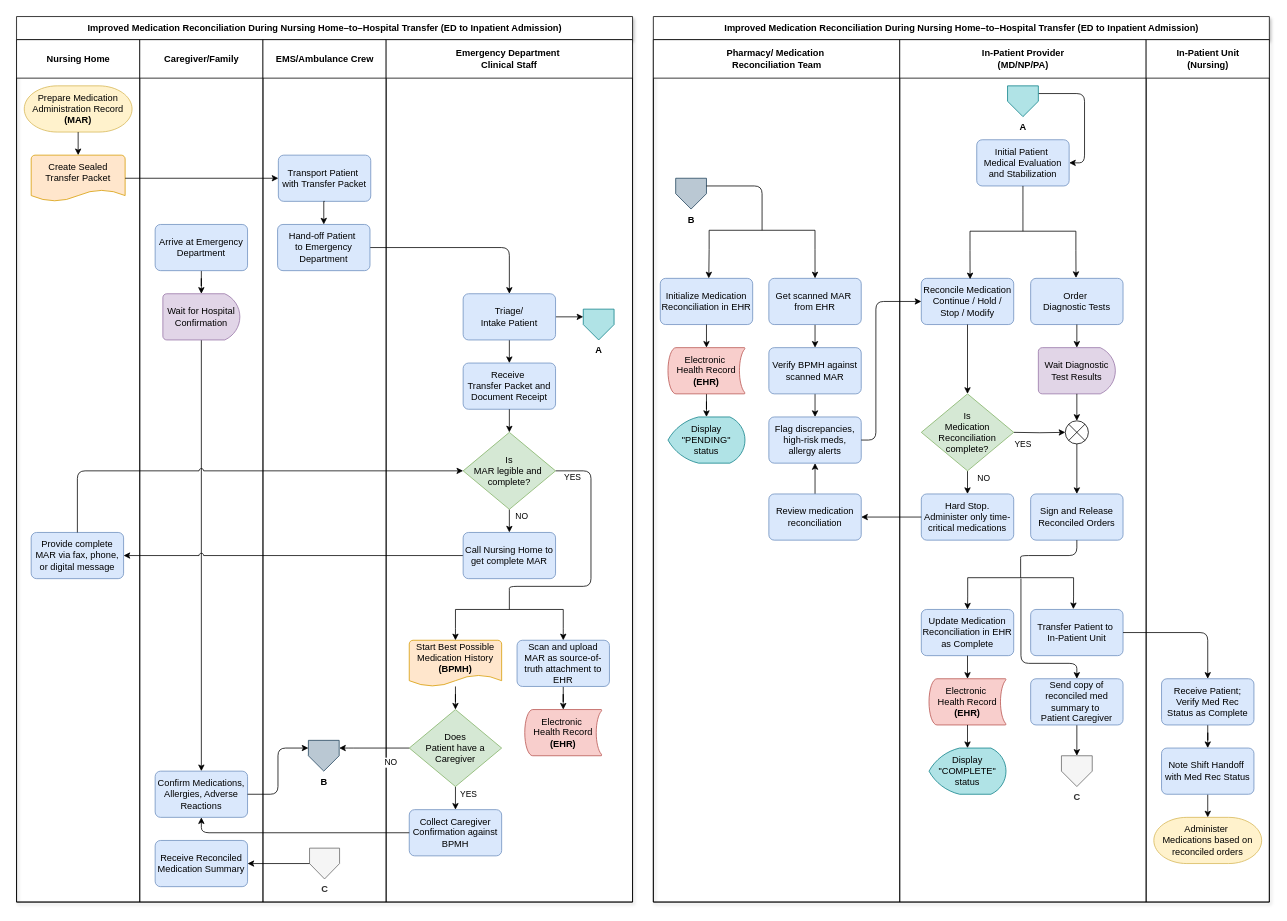
Above: page "Page-1" (1 of 2) of Improved Process Chart.drawio in melmirasol/Case-Problem-6.2 (draw.io), before the change. Source tidied: cells renumbered, new cells numbered last; positions are measured from the earlier drawing's top-left corner, leaving out a move shared by most shapes. Both pictures are drawn from the tidied source at 77%, with x=0, y=0 at pixel (16, 16).
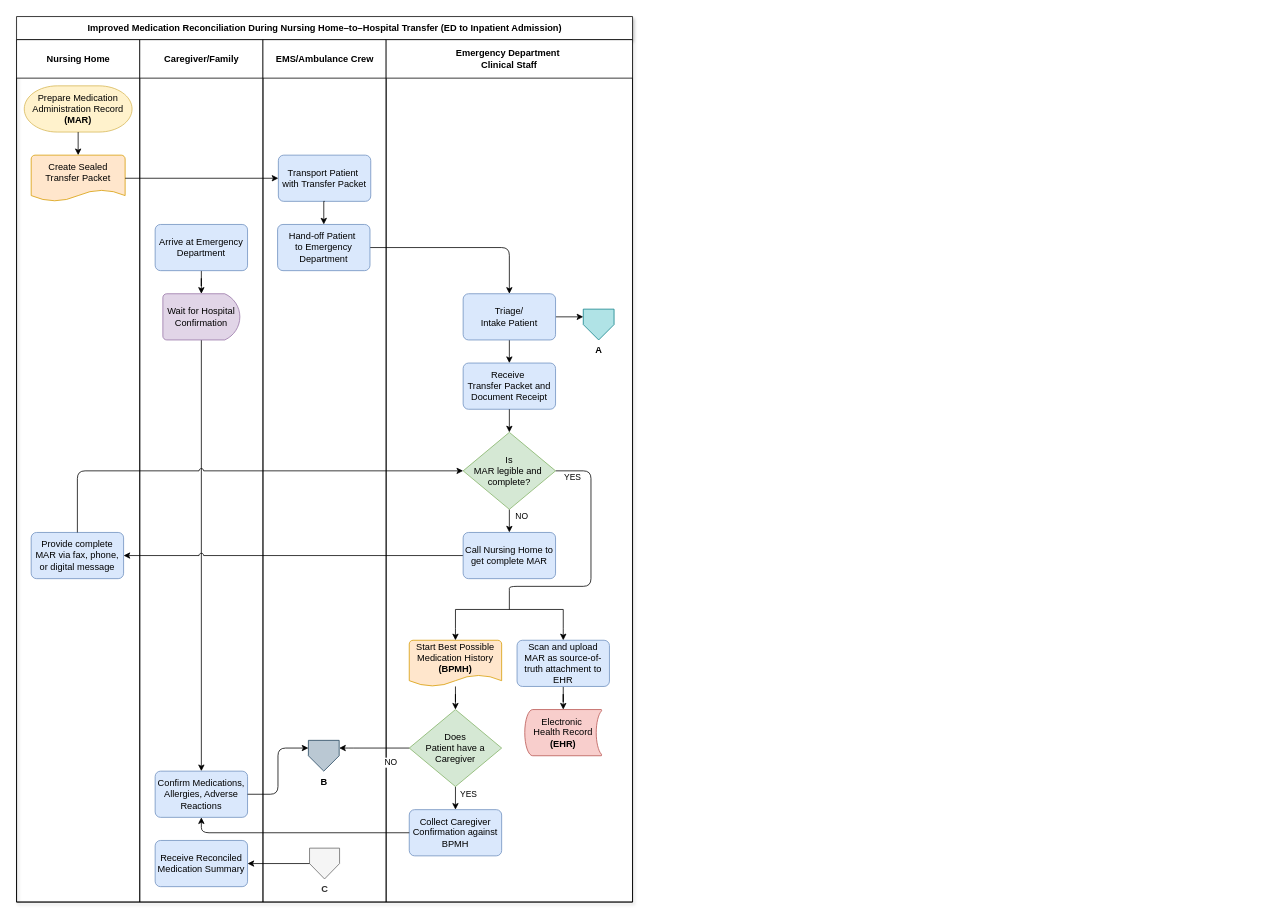
After the change.

Diff of the diagram source:
```diff
@@
-    <mxCell id="56" value="Improved Medication Reconciliation During Nursing Home–to–Hospital Transfer (ED to Inpatient Admission)" style="swimlane;startSize=30;html=1;shadow=1;" parent="1" vertex="1">
-      <mxGeometry x="827" width="800" height="1150" as="geometry" />
-    </mxCell>
-    <mxCell id="57" value="Pharmacy/&amp;nbsp;&lt;span style=&quot;background-color: transparent; color: light-dark(rgb(0, 0, 0), rgb(255, 255, 255));&quot;&gt;Medication&amp;nbsp;&lt;/span&gt;&lt;div&gt;&lt;span style=&quot;background-color: transparent; color: light-dark(rgb(0, 0, 0), rgb(255, 255, 255));&quot;&gt;Reconciliation Team&lt;/span&gt;&lt;/div&gt;" style="swimlane;startSize=50;html=1;" parent="56" vertex="1">
-      <mxGeometry y="30" width="320" height="1120" as="geometry" />
-    </mxCell>
-    <mxCell id="58" style="edgeStyle=orthogonalEdgeStyle;rounded=0;orthogonalLoop=1;jettySize=auto;html=1;exitX=0.5;exitY=1;exitDx=0;exitDy=0;exitPerimeter=0;" parent="57" edge="1">
-      <mxGeometry relative="1" as="geometry">
-        <mxPoint x="79" y="520" as="sourcePoint" />
-      </mxGeometry>
-    </mxCell>
-    <mxCell id="59" style="edgeStyle=orthogonalEdgeStyle;rounded=0;orthogonalLoop=1;jettySize=auto;html=1;exitX=0.5;exitY=1;exitDx=0;exitDy=0;exitPerimeter=0;entryX=0.5;entryY=0;entryDx=0;entryDy=0;entryPerimeter=0;" parent="57" edge="1">
-      <mxGeometry relative="1" as="geometry">
-        <mxPoint x="80" y="120" as="sourcePoint" />
-      </mxGeometry>
-    </mxCell>
-    <mxCell id="60" value="B" style="verticalLabelPosition=bottom;verticalAlign=top;html=1;shape=offPageConnector;rounded=0;size=0.5;fillColor=#bac8d3;strokeColor=#23445d;fontStyle=1;" parent="57" vertex="1">
-      <mxGeometry x="29" y="180" width="40" height="40" as="geometry" />
-    </mxCell>
-    <mxCell id="61" style="edgeStyle=orthogonalEdgeStyle;rounded=0;jettySize=auto;html=1;exitX=0.5;exitY=1;exitDx=0;exitDy=0;entryX=0.5;entryY=0;entryDx=0;entryDy=0;" parent="57" edge="1" source="62" target="76">
-      <mxGeometry relative="1" as="geometry" />
-    </mxCell>
-    <mxCell id="62" value="Get scanned MAR&amp;nbsp;&lt;div&gt;f&lt;span style=&quot;background-color: transparent; color: light-dark(rgb(0, 0, 0), rgb(255, 255, 255));&quot;&gt;rom EHR&lt;/span&gt;&lt;/div&gt;" style="rounded=1;whiteSpace=wrap;html=1;absoluteArcSize=1;arcSize=14;strokeWidth=1;fillColor=#dae8fc;strokeColor=#6c8ebf;" parent="57" vertex="1">
-      <mxGeometry x="150" y="310" width="120" height="60" as="geometry" />
-    </mxCell>
-    <mxCell id="63" style="edgeStyle=orthogonalEdgeStyle;rounded=0;jettySize=auto;html=1;exitX=0.5;exitY=1;exitDx=0;exitDy=0;exitPerimeter=0;" parent="57" edge="1" source="64" target="69">
-      <mxGeometry relative="1" as="geometry" />
-    </mxCell>
-    <mxCell id="64" value="Electronic&amp;nbsp;&lt;div&gt;Health Record&lt;/div&gt;&lt;div&gt;&lt;b&gt;(EHR)&lt;/b&gt;&lt;/div&gt;" style="strokeWidth=1;html=1;shape=mxgraph.flowchart.stored_data;whiteSpace=wrap;fillColor=#f8cecc;strokeColor=#b85450;" parent="57" vertex="1">
-      <mxGeometry x="19" y="400" width="100" height="60" as="geometry" />
-    </mxCell>
-    <mxCell id="65" value="Flag discrepancies, high-risk meds, allergy alerts" style="rounded=1;whiteSpace=wrap;html=1;absoluteArcSize=1;arcSize=14;strokeWidth=1;fillColor=#dae8fc;strokeColor=#6c8ebf;" parent="57" vertex="1">
-      <mxGeometry x="150" y="490" width="120" height="60" as="geometry" />
-    </mxCell>
-    <mxCell id="66" style="edgeStyle=orthogonalEdgeStyle;rounded=0;jettySize=auto;html=1;exitX=0.5;exitY=0;exitDx=0;exitDy=0;" parent="57" edge="1" source="67" target="65">
-      <mxGeometry relative="1" as="geometry" />
-    </mxCell>
-    <mxCell id="67" value="Review medication reconciliation" style="rounded=1;whiteSpace=wrap;html=1;absoluteArcSize=1;arcSize=14;strokeWidth=1;fillColor=#dae8fc;strokeColor=#6c8ebf;" parent="57" vertex="1">
-      <mxGeometry x="150" y="590" width="120" height="60" as="geometry" />
-    </mxCell>
-    <mxCell id="68" value="Initialize&amp;nbsp;&lt;span style=&quot;background-color: transparent; color: light-dark(rgb(0, 0, 0), rgb(255, 255, 255));&quot;&gt;Medication Reconciliation in EHR&lt;/span&gt;" style="rounded=1;whiteSpace=wrap;html=1;absoluteArcSize=1;arcSize=14;strokeWidth=1;fillColor=#dae8fc;strokeColor=#6c8ebf;" parent="57" vertex="1">
-      <mxGeometry x="9" y="310" width="120" height="60" as="geometry" />
-    </mxCell>
-    <mxCell id="69" value="Display &quot;PENDING&quot; status" style="strokeWidth=1;html=1;shape=mxgraph.flowchart.display;whiteSpace=wrap;fillColor=#b0e3e6;strokeColor=#0e8088;" parent="57" vertex="1">
-      <mxGeometry x="19" y="490" width="100" height="60" as="geometry" />
-    </mxCell>
-    <mxCell id="70" style="edgeStyle=orthogonalEdgeStyle;rounded=0;jettySize=auto;html=1;exitX=0.5;exitY=1;exitDx=0;exitDy=0;entryX=0.5;entryY=0;entryDx=0;entryDy=0;entryPerimeter=0;" parent="57" edge="1" source="68" target="64">
-      <mxGeometry relative="1" as="geometry" />
-    </mxCell>
-    <mxCell id="71" style="edgeStyle=orthogonalEdgeStyle;rounded=1;jettySize=auto;html=1;exitX=1;exitY=0.25;exitDx=0;exitDy=0;entryX=0;entryY=0.5;entryDx=0;entryDy=0;entryPerimeter=0;curved=0;endArrow=none;endFill=0;" parent="57" edge="1" source="60" target="73">
-      <mxGeometry relative="1" as="geometry" />
-    </mxCell>
-    <mxCell id="72" style="edgeStyle=orthogonalEdgeStyle;rounded=0;jettySize=auto;html=1;exitX=1;exitY=0;exitDx=0;exitDy=0;exitPerimeter=0;entryX=0.5;entryY=0;entryDx=0;entryDy=0;" parent="57" edge="1" source="73" target="62">
-      <mxGeometry relative="1" as="geometry" />
-    </mxCell>
-    <mxCell id="73" style="strokeWidth=1;html=1;shape=mxgraph.flowchart.annotation_2;align=left;labelPosition=right;rotation=90;" parent="57" vertex="1">
-      <mxGeometry x="116.2" y="178.8" width="50" height="137.5" as="geometry" />
-    </mxCell>
-    <mxCell id="74" style="edgeStyle=orthogonalEdgeStyle;rounded=0;jettySize=auto;html=1;exitX=1;exitY=1;exitDx=0;exitDy=0;exitPerimeter=0;" parent="57" edge="1" source="73">
-      <mxGeometry relative="1" as="geometry">
-        <mxPoint x="72" y="310" as="targetPoint" />
-      </mxGeometry>
-    </mxCell>
-    <mxCell id="75" style="edgeStyle=orthogonalEdgeStyle;rounded=0;jettySize=auto;html=1;exitX=0.5;exitY=1;exitDx=0;exitDy=0;entryX=0.5;entryY=0;entryDx=0;entryDy=0;" parent="57" edge="1" source="76" target="65">
-      <mxGeometry relative="1" as="geometry" />
-    </mxCell>
-    <mxCell id="76" value="&lt;div&gt;Verify BPMH&amp;nbsp;&lt;span style=&quot;color: light-dark(rgb(0, 0, 0), rgb(255, 255, 255)); background-color: transparent;&quot;&gt;against scanned&amp;nbsp;&lt;/span&gt;&lt;span style=&quot;color: light-dark(rgb(0, 0, 0), rgb(255, 255, 255)); background-color: transparent;&quot;&gt;MAR&lt;/span&gt;&lt;/div&gt;" style="rounded=1;whiteSpace=wrap;html=1;absoluteArcSize=1;arcSize=14;strokeWidth=1;fillColor=#dae8fc;strokeColor=#6c8ebf;" parent="57" vertex="1">
-      <mxGeometry x="150" y="400" width="120" height="60" as="geometry" />
-    </mxCell>
-    <mxCell id="77" value="In-Patient Provider&lt;div&gt;(MD/NP/PA)&lt;/div&gt;" style="swimlane;startSize=50;html=1;" parent="56" vertex="1">
-      <mxGeometry x="320" y="30" width="320" height="1120" as="geometry" />
-    </mxCell>
-    <mxCell id="78" style="edgeStyle=orthogonalEdgeStyle;rounded=1;jettySize=auto;html=1;exitX=1;exitY=0.25;exitDx=0;exitDy=0;entryX=1;entryY=0.5;entryDx=0;entryDy=0;curved=0;" parent="77" edge="1" source="79" target="80">
-      <mxGeometry relative="1" as="geometry" />
-    </mxCell>
-    <mxCell id="79" value="A" style="verticalLabelPosition=bottom;verticalAlign=top;html=1;shape=offPageConnector;rounded=0;size=0.5;fillColor=#b0e3e6;strokeColor=#0e8088;fontStyle=1;horizontal=1;" parent="77" vertex="1">
-      <mxGeometry x="140" y="60" width="40" height="40" as="geometry" />
-    </mxCell>
-    <mxCell id="80" value="Initial Patient&amp;nbsp;&lt;div&gt;Medical Evaluation and Stabilization&lt;/div&gt;" style="rounded=1;whiteSpace=wrap;html=1;absoluteArcSize=1;arcSize=14;strokeWidth=1;fillColor=#dae8fc;strokeColor=#6c8ebf;" parent="77" vertex="1">
-      <mxGeometry x="100" y="130" width="120" height="60" as="geometry" />
-    </mxCell>
-    <mxCell id="81" value="Reconcile&amp;nbsp;&lt;span style=&quot;background-color: transparent; color: light-dark(rgb(0, 0, 0), rgb(255, 255, 255));&quot;&gt;Medication&lt;/span&gt;&lt;div&gt;&lt;span style=&quot;background-color: transparent; color: light-dark(rgb(0, 0, 0), rgb(255, 255, 255));&quot;&gt;Continue / Hold /&lt;/span&gt;&lt;/div&gt;&lt;div&gt;&lt;span style=&quot;background-color: transparent; color: light-dark(rgb(0, 0, 0), rgb(255, 255, 255));&quot;&gt;Stop / Modify&lt;/span&gt;&lt;/div&gt;" style="rounded=1;whiteSpace=wrap;html=1;absoluteArcSize=1;arcSize=14;strokeWidth=1;fillColor=#dae8fc;strokeColor=#6c8ebf;" parent="77" vertex="1">
-      <mxGeometry x="28" y="310" width="120" height="60" as="geometry" />
-    </mxCell>
-    <mxCell id="82" value="Wait Diagnostic Test Results" style="strokeWidth=1;html=1;shape=mxgraph.flowchart.delay;whiteSpace=wrap;fillColor=#e1d5e7;strokeColor=#9673a6;" parent="77" vertex="1">
-      <mxGeometry x="180" y="400" width="100" height="60" as="geometry" />
-    </mxCell>
-    <mxCell id="83" value="NO" style="edgeStyle=orthogonalEdgeStyle;rounded=0;jettySize=auto;html=1;exitX=0.5;exitY=1;exitDx=0;exitDy=0;exitPerimeter=0;entryX=0.5;entryY=0;entryDx=0;entryDy=0;" parent="77" edge="1" source="86" target="88">
-      <mxGeometry x="-0.33" y="21" relative="1" as="geometry" />
-    </mxCell>
-    <mxCell id="84" style="edgeStyle=orthogonalEdgeStyle;rounded=0;jettySize=auto;html=1;exitX=1;exitY=0.5;exitDx=0;exitDy=0;exitPerimeter=0;entryX=0;entryY=0.5;entryDx=0;entryDy=0;entryPerimeter=0;" parent="77" edge="1" target="93">
-      <mxGeometry relative="1" as="geometry">
-        <mxPoint x="148" y="510" as="sourcePoint" />
-      </mxGeometry>
-    </mxCell>
-    <mxCell id="85" value="YES" style="edgeLabel;html=1;align=center;verticalAlign=middle;" parent="84" vertex="1">
-      <mxGeometry x="-0.07" relative="1" as="geometry">
-        <mxPoint x="-19" y="15" as="offset" />
-      </mxGeometry>
-    </mxCell>
-    <mxCell id="86" value="Is&lt;div&gt;Medication Reconciliation&lt;/div&gt;&lt;div&gt;&lt;span style=&quot;background-color: transparent; color: light-dark(rgb(0, 0, 0), rgb(255, 255, 255));&quot;&gt;complete?&lt;/span&gt;&lt;/div&gt;" style="strokeWidth=1;html=1;shape=mxgraph.flowchart.decision;whiteSpace=wrap;fillColor=#d5e8d4;strokeColor=#82b366;" parent="77" vertex="1">
-      <mxGeometry x="28" y="460" width="120" height="100" as="geometry" />
-    </mxCell>
-    <mxCell id="87" style="edgeStyle=orthogonalEdgeStyle;rounded=0;jettySize=auto;html=1;exitX=0.5;exitY=1;exitDx=0;exitDy=0;entryX=0.5;entryY=0;entryDx=0;entryDy=0;entryPerimeter=0;" parent="77" edge="1" source="81" target="86">
-      <mxGeometry relative="1" as="geometry" />
-    </mxCell>
-    <mxCell id="88" value="&lt;div&gt;&lt;span style=&quot;background-color: transparent; color: light-dark(rgb(0, 0, 0), rgb(255, 255, 255));&quot;&gt;Hard Stop.&lt;/span&gt;&lt;/div&gt;&lt;span style=&quot;background-color: transparent; color: light-dark(rgb(0, 0, 0), rgb(255, 255, 255));&quot;&gt;Administer only time-critical medications&lt;/span&gt;" style="rounded=1;whiteSpace=wrap;html=1;absoluteArcSize=1;arcSize=14;strokeWidth=1;fillColor=#dae8fc;strokeColor=#6c8ebf;" parent="77" vertex="1">
-      <mxGeometry x="28" y="590" width="120" height="60" as="geometry" />
-    </mxCell>
-    <mxCell id="89" value="&lt;span style=&quot;background-color: transparent; color: light-dark(rgb(0, 0, 0), rgb(255, 255, 255));&quot;&gt;Sign and Release&lt;/span&gt;&lt;div&gt;&lt;span style=&quot;background-color: transparent; color: light-dark(rgb(0, 0, 0), rgb(255, 255, 255));&quot;&gt;Reconciled Orders&lt;/span&gt;&lt;/div&gt;" style="rounded=1;whiteSpace=wrap;html=1;absoluteArcSize=1;arcSize=14;strokeWidth=1;fillColor=#dae8fc;strokeColor=#6c8ebf;" parent="77" vertex="1">
-      <mxGeometry x="170" y="590" width="120" height="60" as="geometry" />
-    </mxCell>
-    <mxCell id="90" value="Order&amp;nbsp;&lt;div&gt;Diagnostic Tests&lt;/div&gt;" style="rounded=1;whiteSpace=wrap;html=1;absoluteArcSize=1;arcSize=14;strokeWidth=1;fillColor=#dae8fc;strokeColor=#6c8ebf;" parent="77" vertex="1">
-      <mxGeometry x="170" y="310" width="120" height="60" as="geometry" />
-    </mxCell>
-    <mxCell id="91" style="edgeStyle=orthogonalEdgeStyle;rounded=0;jettySize=auto;html=1;exitX=0.5;exitY=1;exitDx=0;exitDy=0;entryX=0.5;entryY=0;entryDx=0;entryDy=0;entryPerimeter=0;" parent="77" edge="1" source="90" target="82">
-      <mxGeometry relative="1" as="geometry" />
-    </mxCell>
-    <mxCell id="92" style="edgeStyle=orthogonalEdgeStyle;rounded=0;jettySize=auto;html=1;exitX=0.5;exitY=1;exitDx=0;exitDy=0;exitPerimeter=0;" parent="77" edge="1" source="93" target="89">
-      <mxGeometry relative="1" as="geometry" />
-    </mxCell>
-    <mxCell id="93" style="verticalLabelPosition=bottom;verticalAlign=top;html=1;shape=mxgraph.flowchart.or;" parent="77" vertex="1">
-      <mxGeometry x="215" y="495" width="30" height="30" as="geometry" />
-    </mxCell>
-    <mxCell id="94" style="edgeStyle=orthogonalEdgeStyle;rounded=0;jettySize=auto;html=1;exitX=0.5;exitY=1;exitDx=0;exitDy=0;exitPerimeter=0;entryX=0.5;entryY=0;entryDx=0;entryDy=0;entryPerimeter=0;" parent="77" edge="1" source="82" target="93">
-      <mxGeometry relative="1" as="geometry" />
-    </mxCell>
-    <mxCell id="95" value="Electronic&amp;nbsp;&lt;div&gt;Health Record&lt;/div&gt;&lt;div&gt;&lt;b&gt;(EHR)&lt;/b&gt;&lt;/div&gt;" style="strokeWidth=1;html=1;shape=mxgraph.flowchart.stored_data;whiteSpace=wrap;fillColor=#f8cecc;strokeColor=#b85450;" parent="77" vertex="1">
-      <mxGeometry x="38" y="830" width="100" height="60" as="geometry" />
-    </mxCell>
-    <mxCell id="96" value="Update Medication Reconciliation in EHR as Complete" style="rounded=1;whiteSpace=wrap;html=1;absoluteArcSize=1;arcSize=14;strokeWidth=1;fillColor=#dae8fc;strokeColor=#6c8ebf;" parent="77" vertex="1">
-      <mxGeometry x="28" y="740" width="120" height="60" as="geometry" />
-    </mxCell>
-    <mxCell id="97" style="edgeStyle=orthogonalEdgeStyle;rounded=0;jettySize=auto;html=1;exitX=0.5;exitY=1;exitDx=0;exitDy=0;entryX=0.5;entryY=0;entryDx=0;entryDy=0;entryPerimeter=0;" parent="77" edge="1" source="96" target="95">
-      <mxGeometry relative="1" as="geometry" />
-    </mxCell>
-    <mxCell id="98" value="Display &quot;COMPLETE&quot; status" style="strokeWidth=1;html=1;shape=mxgraph.flowchart.display;whiteSpace=wrap;fillColor=#b0e3e6;strokeColor=#0e8088;" parent="77" vertex="1">
-      <mxGeometry x="38" y="920" width="100" height="60" as="geometry" />
-    </mxCell>
-    <mxCell id="99" style="edgeStyle=orthogonalEdgeStyle;rounded=0;jettySize=auto;html=1;exitX=0.5;exitY=1;exitDx=0;exitDy=0;exitPerimeter=0;entryX=0.5;entryY=0;entryDx=0;entryDy=0;entryPerimeter=0;" parent="77" edge="1" source="95" target="98">
-      <mxGeometry relative="1" as="geometry" />
-    </mxCell>
-    <mxCell id="100" value="&lt;div&gt;&lt;span style=&quot;background-color: transparent; color: light-dark(rgb(0, 0, 0), rgb(255, 255, 255));&quot;&gt;Transfer Patient to&amp;nbsp;&lt;/span&gt;&lt;/div&gt;&lt;div&gt;&lt;span style=&quot;background-color: transparent; color: light-dark(rgb(0, 0, 0), rgb(255, 255, 255));&quot;&gt;In-Patient Unit&lt;/span&gt;&lt;/div&gt;" style="rounded=1;whiteSpace=wrap;html=1;absoluteArcSize=1;arcSize=14;strokeWidth=1;fillColor=#dae8fc;strokeColor=#6c8ebf;" parent="77" vertex="1">
-      <mxGeometry x="170" y="740" width="120" height="60" as="geometry" />
-    </mxCell>
-    <mxCell id="101" style="strokeWidth=1;html=1;shape=mxgraph.flowchart.annotation_2;align=left;labelPosition=right;rotation=90;" parent="77" vertex="1">
-      <mxGeometry x="135" y="180" width="50" height="137.5" as="geometry" />
-    </mxCell>
-    <mxCell id="102" style="edgeStyle=orthogonalEdgeStyle;rounded=0;jettySize=auto;html=1;exitX=0.5;exitY=1;exitDx=0;exitDy=0;entryX=0;entryY=0.5;entryDx=0;entryDy=0;entryPerimeter=0;endArrow=none;endFill=0;" parent="77" edge="1" source="80" target="101">
-      <mxGeometry relative="1" as="geometry" />
-    </mxCell>
-    <mxCell id="103" style="edgeStyle=orthogonalEdgeStyle;rounded=0;jettySize=auto;html=1;exitX=1;exitY=1;exitDx=0;exitDy=0;exitPerimeter=0;entryX=0.528;entryY=0.019;entryDx=0;entryDy=0;entryPerimeter=0;" parent="77" edge="1" source="101" target="81">
-      <mxGeometry relative="1" as="geometry" />
-    </mxCell>
-    <mxCell id="104" style="edgeStyle=orthogonalEdgeStyle;rounded=0;jettySize=auto;html=1;exitX=1;exitY=0;exitDx=0;exitDy=0;exitPerimeter=0;entryX=0.491;entryY=-0.009;entryDx=0;entryDy=0;entryPerimeter=0;" parent="77" edge="1" source="101" target="90">
-      <mxGeometry relative="1" as="geometry" />
-    </mxCell>
-    <mxCell id="105" style="edgeStyle=orthogonalEdgeStyle;rounded=1;jettySize=auto;html=1;exitX=0.522;exitY=0.497;exitDx=0;exitDy=0;exitPerimeter=0;entryX=0.5;entryY=0;entryDx=0;entryDy=0;curved=0;" parent="77" edge="1" source="106" target="111">
-      <mxGeometry relative="1" as="geometry">
-        <Array as="points">
-          <mxPoint x="157" y="810" />
-          <mxPoint x="230" y="810" />
-        </Array>
-      </mxGeometry>
-    </mxCell>
-    <mxCell id="106" style="strokeWidth=1;html=1;shape=mxgraph.flowchart.annotation_2;align=left;labelPosition=right;rotation=90;" parent="77" vertex="1">
-      <mxGeometry x="132" y="630" width="50" height="137.5" as="geometry" />
-    </mxCell>
-    <mxCell id="107" style="edgeStyle=orthogonalEdgeStyle;rounded=1;jettySize=auto;html=1;exitX=0.5;exitY=1;exitDx=0;exitDy=0;entryX=0;entryY=0.5;entryDx=0;entryDy=0;entryPerimeter=0;endArrow=none;endFill=0;curved=0;" parent="77" edge="1" source="89" target="106">
-      <mxGeometry relative="1" as="geometry" />
-    </mxCell>
-    <mxCell id="108" style="edgeStyle=orthogonalEdgeStyle;rounded=0;jettySize=auto;html=1;exitX=1;exitY=1;exitDx=0;exitDy=0;exitPerimeter=0;entryX=0.5;entryY=0;entryDx=0;entryDy=0;" parent="77" edge="1" source="106" target="96">
-      <mxGeometry relative="1" as="geometry" />
-    </mxCell>
-    <mxCell id="109" style="edgeStyle=orthogonalEdgeStyle;rounded=0;jettySize=auto;html=1;exitX=1;exitY=0;exitDx=0;exitDy=0;exitPerimeter=0;entryX=0.462;entryY=-0.007;entryDx=0;entryDy=0;entryPerimeter=0;" parent="77" edge="1" source="106" target="100">
-      <mxGeometry relative="1" as="geometry" />
-    </mxCell>
-    <mxCell id="110" style="edgeStyle=orthogonalEdgeStyle;rounded=0;jettySize=auto;html=1;exitX=0.5;exitY=1;exitDx=0;exitDy=0;entryX=0.5;entryY=0;entryDx=0;entryDy=0;" parent="77" edge="1" source="111" target="112">
-      <mxGeometry relative="1" as="geometry" />
-    </mxCell>
-    <mxCell id="111" value="&lt;div&gt;Send copy&amp;nbsp;&lt;span style=&quot;background-color: transparent; color: light-dark(rgb(0, 0, 0), rgb(255, 255, 255));&quot;&gt;of reconciled med summary to&amp;nbsp;&lt;/span&gt;&lt;/div&gt;&lt;div&gt;Patient Caregiver&lt;/div&gt;" style="rounded=1;whiteSpace=wrap;html=1;absoluteArcSize=1;arcSize=14;strokeWidth=1;fillColor=#dae8fc;strokeColor=#6c8ebf;" parent="77" vertex="1">
-      <mxGeometry x="170" y="830" width="120" height="60" as="geometry" />
-    </mxCell>
-    <mxCell id="112" value="C" style="verticalLabelPosition=bottom;verticalAlign=top;html=1;shape=offPageConnector;rounded=0;size=0.5;fillColor=#f5f5f5;strokeColor=#666666;fontStyle=1;horizontal=1;fontColor=#333333;" parent="77" vertex="1">
-      <mxGeometry x="210" y="930" width="40" height="40" as="geometry" />
-    </mxCell>
-    <mxCell id="113" value="In-Patient Unit&lt;div&gt;(Nursing)&lt;/div&gt;" style="swimlane;startSize=50;html=1;" parent="56" vertex="1">
-      <mxGeometry x="640" y="30" width="160" height="1120" as="geometry" />
-    </mxCell>
-    <mxCell id="114" style="edgeStyle=orthogonalEdgeStyle;rounded=0;jettySize=auto;html=1;exitX=0.5;exitY=1;exitDx=0;exitDy=0;" parent="113" edge="1" source="115" target="117">
-      <mxGeometry relative="1" as="geometry" />
-    </mxCell>
-    <mxCell id="115" value="&lt;div&gt;Receive Patient;&lt;/div&gt;&lt;div&gt;Verify Med Rec Status as Complete&lt;/div&gt;" style="rounded=1;whiteSpace=wrap;html=1;absoluteArcSize=1;arcSize=14;strokeWidth=1;fillColor=#dae8fc;strokeColor=#6c8ebf;" parent="113" vertex="1">
-      <mxGeometry x="20" y="830" width="120" height="60" as="geometry" />
-    </mxCell>
-    <mxCell id="116" style="edgeStyle=orthogonalEdgeStyle;rounded=0;jettySize=auto;html=1;exitX=0.5;exitY=1;exitDx=0;exitDy=0;entryX=0.5;entryY=0;entryDx=0;entryDy=0;entryPerimeter=0;" parent="113" edge="1" source="117" target="118">
-      <mxGeometry relative="1" as="geometry" />
-    </mxCell>
-    <mxCell id="117" value="&lt;div&gt;Note Shift Handoff&amp;nbsp; with Med Rec Status&lt;/div&gt;" style="rounded=1;whiteSpace=wrap;html=1;absoluteArcSize=1;arcSize=14;strokeWidth=1;fillColor=#dae8fc;strokeColor=#6c8ebf;" parent="113" vertex="1">
-      <mxGeometry x="20" y="920" width="120" height="60" as="geometry" />
-    </mxCell>
-    <mxCell id="118" value="Administer&amp;nbsp;&lt;div&gt;Medications based on reconciled orders&lt;/div&gt;" style="strokeWidth=1;html=1;shape=mxgraph.flowchart.terminator;whiteSpace=wrap;fillColor=#fff2cc;strokeColor=#d6b656;" parent="113" vertex="1">
-      <mxGeometry x="10" y="1010" width="140" height="60" as="geometry" />
-    </mxCell>
-    <mxCell id="119" style="edgeStyle=orthogonalEdgeStyle;rounded=1;jettySize=auto;html=1;exitX=1;exitY=0.5;exitDx=0;exitDy=0;entryX=0;entryY=0.5;entryDx=0;entryDy=0;curved=0;" parent="56" edge="1" source="65" target="81">
-      <mxGeometry relative="1" as="geometry">
-        <Array as="points">
-          <mxPoint x="289" y="550" />
-          <mxPoint x="289" y="370" />
-        </Array>
-      </mxGeometry>
-    </mxCell>
-    <mxCell id="120" style="edgeStyle=orthogonalEdgeStyle;rounded=1;jettySize=auto;html=1;exitX=0;exitY=0.5;exitDx=0;exitDy=0;entryX=1;entryY=0.5;entryDx=0;entryDy=0;curved=0;" parent="56" edge="1" source="88" target="67">
-      <mxGeometry relative="1" as="geometry" />
-    </mxCell>
-    <mxCell id="121" style="edgeStyle=orthogonalEdgeStyle;rounded=1;jettySize=auto;html=1;exitX=1;exitY=0.5;exitDx=0;exitDy=0;curved=0;" parent="56" edge="1" source="100" target="115">
-      <mxGeometry relative="1" as="geometry" />
-    </mxCell>
```
